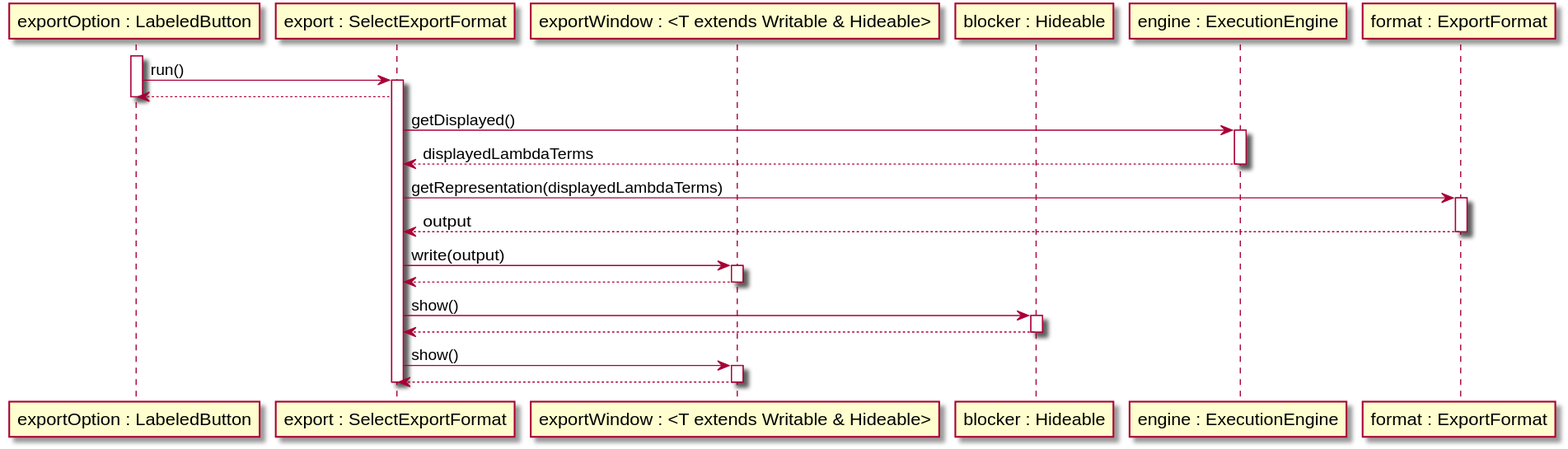
wavelength-ide/wavelength-ide keeps this PlantUML diagram as design/Sequenzdiagramme/exportOutput.svg. Above is the earlier version. Source of this version:
```plantuml
@startuml
participant "exportOption : LabeledButton" as exportOption
participant "export : SelectExportFormat" as export
participant "exportWindow : <T extends Writable & Hideable>" as exportWindow
participant "blocker : Hideable" as blocker
participant "engine : ExecutionEngine" as engine
participant "format : ExportFormat" as format

activate exportOption
exportOption -> export : run()
activate export
exportOption <-- export
deactivate exportOption
export -> engine : getDisplayed()
activate engine
export <-- engine : displayedLambdaTerms
deactivate engine
export -> format : getRepresentation(displayedLambdaTerms)
activate format
export <-- format : output
deactivate format
export -> exportWindow : write(output)
activate exportWindow
export <-- exportWindow
deactivate exportWindow
export -> blocker : show()
activate blocker
export <-- blocker
deactivate blocker
export -> exportWindow : show()
activate exportWindow
export <-- exportWindow
deactivate exportWindow
deactivate export





@enduml
```
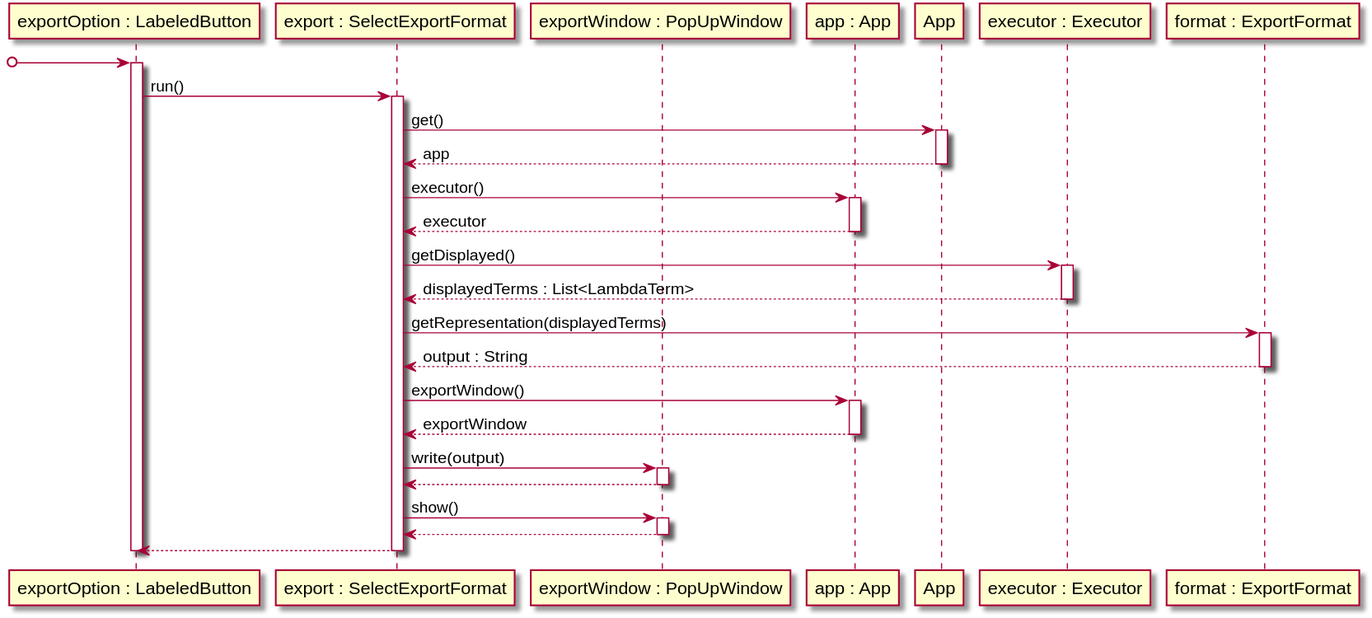
Above is the later version.

Commit message:
generate new export sequence diagram svg and pdf

Change to the diagram source:
```diff
@@ -1,40 +1,49 @@
 @startuml
 participant "exportOption : LabeledButton" as exportOption
 participant "export : SelectExportFormat" as export
-participant "exportWindow : <T extends Writable & Hideable>" as exportWindow
-participant "blocker : Hideable" as blocker
-participant "engine : ExecutionEngine" as engine
+participant "exportWindow : PopUpWindow" as exportWindow
+participant "app : App" as app
+participant "App" as sApp
+participant "executor : Executor" as executor
 participant "format : ExportFormat" as format
 
+[o-> exportOption
 activate exportOption
 exportOption -> export : run()
 activate export
-exportOption <-- export
-deactivate exportOption
-export -> engine : getDisplayed()
-activate engine
-export <-- engine : displayedLambdaTerms
-deactivate engine
-export -> format : getRepresentation(displayedLambdaTerms)
+export -> sApp: get()
+activate sApp
+export <-- sApp: app
+deactivate sApp
+export -> app: executor()
+activate app
+export <-- app: executor
+deactivate app
+
+export -> executor : getDisplayed()
+activate executor
+export <-- executor : displayedTerms : List<LambdaTerm>
+deactivate executor
+export -> format : getRepresentation(displayedTerms)
 activate format
-export <-- format : output
+export <-- format : output : String
 deactivate format
+
+export -> app: exportWindow()
+activate app
+export <-- app: exportWindow
+deactivate app
+
 export -> exportWindow : write(output)
 activate exportWindow
 export <-- exportWindow
 deactivate exportWindow
-export -> blocker : show()
-activate blocker
-export <-- blocker
-deactivate blocker
 export -> exportWindow : show()
 activate exportWindow
 export <-- exportWindow
 deactivate exportWindow
+exportOption <-- export
 deactivate export
-
-
-
-
+deactivate exportOption
 
 @enduml
```
